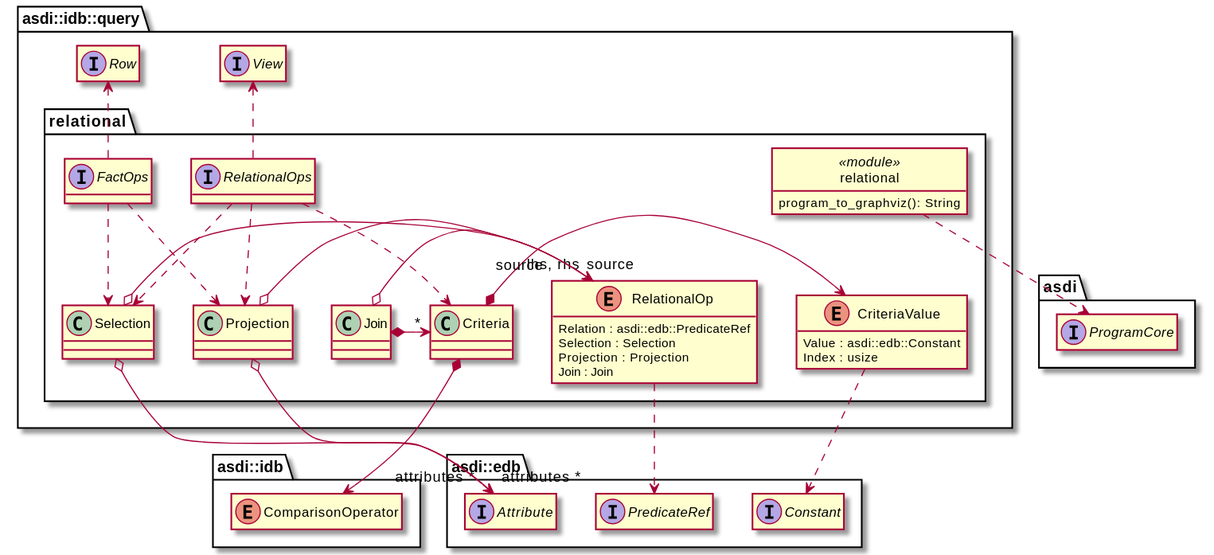
The PlantUML diagram book/src/model/idb_query_relational.svg in johnstonskj/rust-asdi, before a commit.
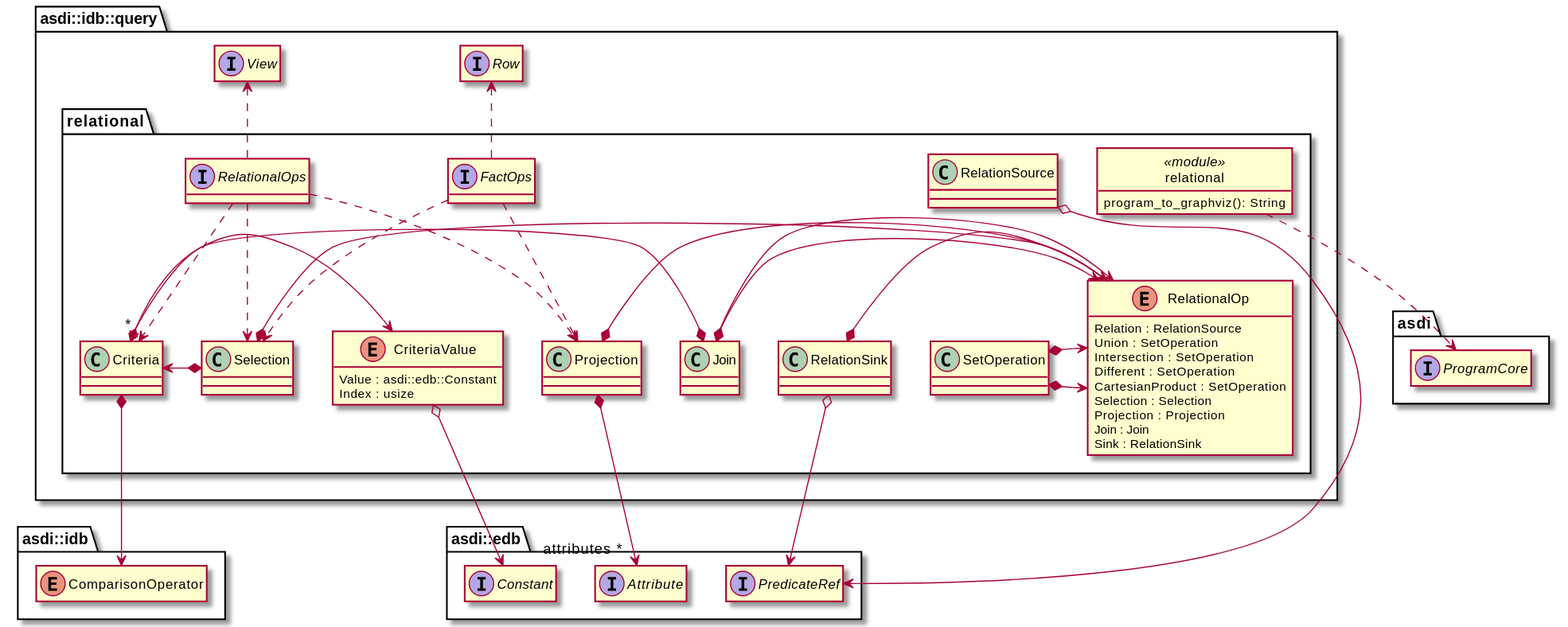
The same diagram one commit later.

The edit, as a diff of the source:
```diff
@@ -27,37 +27,49 @@
     interface FactOps
     interface RelationalOps
 
+    class RelationSource
+    class SetOperation
+    class Selection
+    class Projection
+    class Join
+    class RelationSink
+
     class Criteria
-    class Join
-    class Projection
-    class Selection
-
     enum CriteriaValue {
         Value : asdi::edb::Constant
         Index : usize
     }
+
     enum RelationalOp {
-        Relation : asdi::edb::PredicateRef
+        Relation : RelationSource
+        Union : SetOperation
+        Intersection : SetOperation
+        Different : SetOperation
+        CartesianProduct : SetOperation
         Selection : Selection
         Projection : Projection
         Join : Join
+        Sink : RelationSink
     }
 
-    CriteriaValue .down.> asdi::edb::Constant
+    RelationSource o-> asdi::edb::PredicateRef
 
-    RelationalOp .down.> asdi::edb::PredicateRef
+    SetOperation *-> RelationalOp
+    SetOperation *-> RelationalOp
 
+    CriteriaValue o-down-> asdi::edb::Constant
     Criteria *-> CriteriaValue
     Criteria *-down-> asdi::idb::ComparisonOperator
 
-    Join o-> "lhs, rhs" RelationalOp
+    Join *-> RelationalOp
+    Join *-> RelationalOp
     Join *-> "*" Criteria
 
-    Projection o-> "source" RelationalOp
-    Projection o-down-> "attributes *" asdi::edb::Attribute
+    Projection *-> RelationalOp
+    Projection *-down-> "attributes *" asdi::edb::Attribute
 
-    Selection o-> "source" RelationalOp
-    Selection o-down-> "attributes *" asdi::edb::Attribute
+    Selection *-> RelationalOp
+    Selection *-> Criteria
 
     FactOps ..> Projection
     FactOps ..> Selection
@@ -68,6 +80,9 @@
     RelationalOps ..> Selection
     RelationalOps .up.> asdi::idb::query::View
 
+    RelationSink *-> RelationalOp
+    RelationSink o-> asdi::edb::PredicateRef
+
     class relational << module >> {
         program_to_graphviz(): String
     }
```
